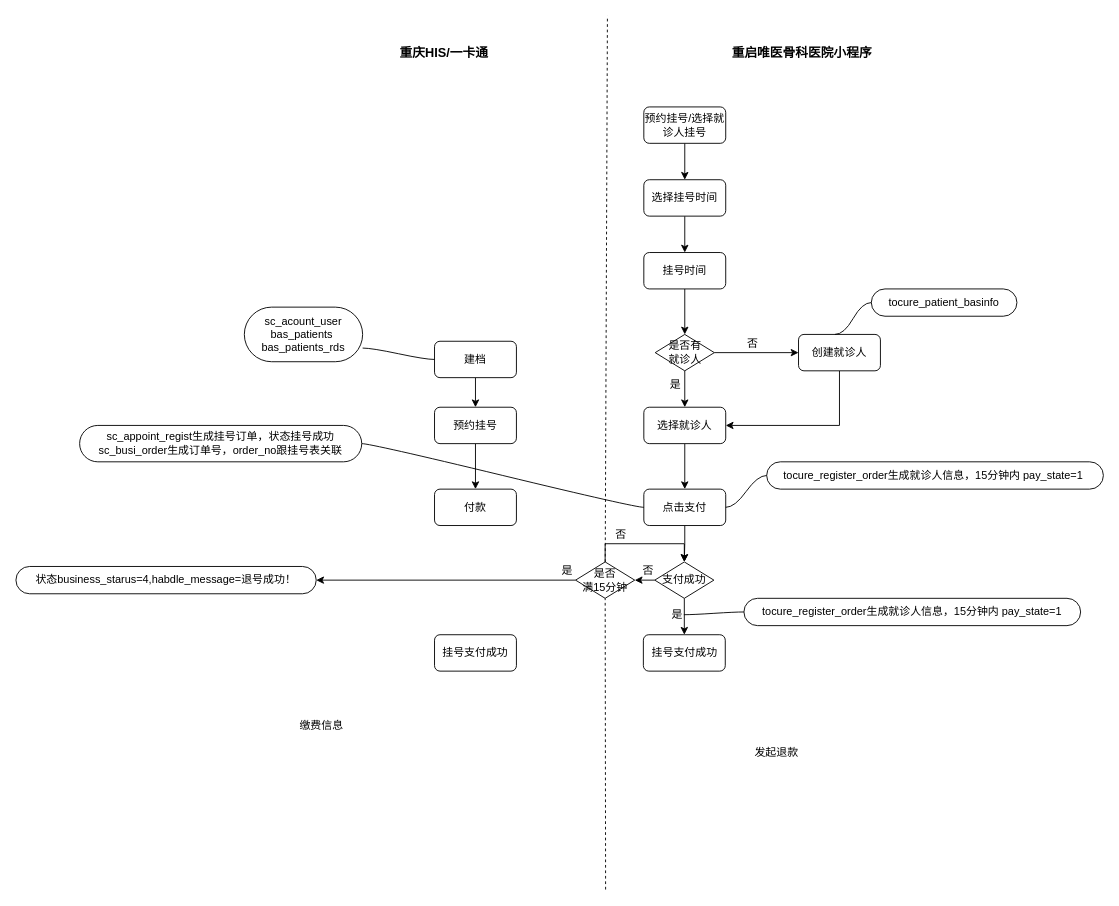
Above: Untitled Diagram.drawio in vectorxu/draw.io (draw.io), before the change. Source tidied: cells renumbered, new cells numbered last; positions are measured from the earlier drawing's top-left corner, leaving out a move shared by most shapes. Both pictures are drawn from the tidied source at 91%, with x=0, y=0 at pixel (15, 15).
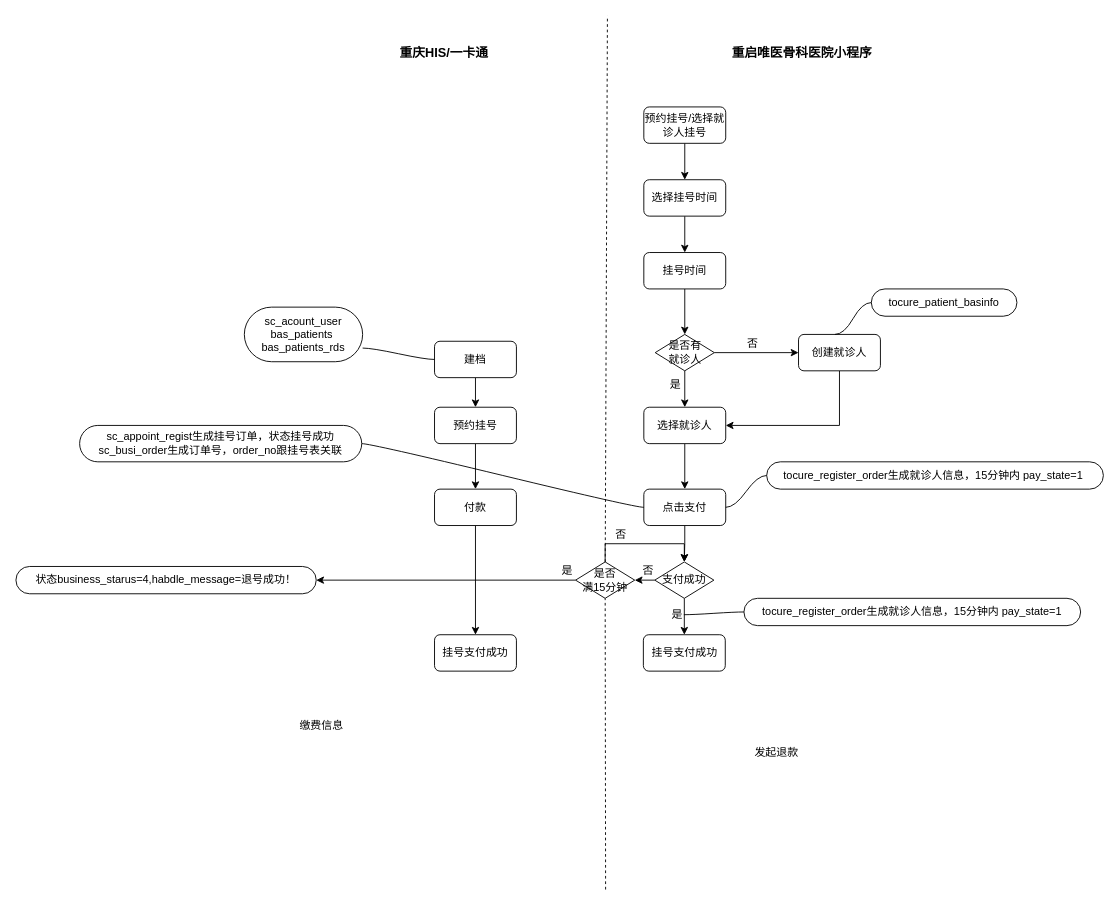
The same page after the edit.

Unchanged cells that the change refers to:
```xml
<mxCell id="49" value="付款" style="rounded=1;whiteSpace=wrap;html=1;" parent="1" vertex="1">
  <mxGeometry x="460" y="520" width="90" height="40" as="geometry" />
</mxCell>
<mxCell id="50" value="挂号支付成功" style="rounded=1;whiteSpace=wrap;html=1;" parent="1" vertex="1">
  <mxGeometry x="460" y="680" width="90" height="40" as="geometry" />
</mxCell>
```

Change to the diagram source:
```diff
@@
+    <mxCell id="53" style="edgeStyle=orthogonalEdgeStyle;rounded=0;jettySize=auto;html=1;exitX=0.5;exitY=1;exitDx=0;exitDy=0;" parent="1" edge="1" source="49" target="50">
+      <mxGeometry relative="1" as="geometry" />
+    </mxCell>
```
